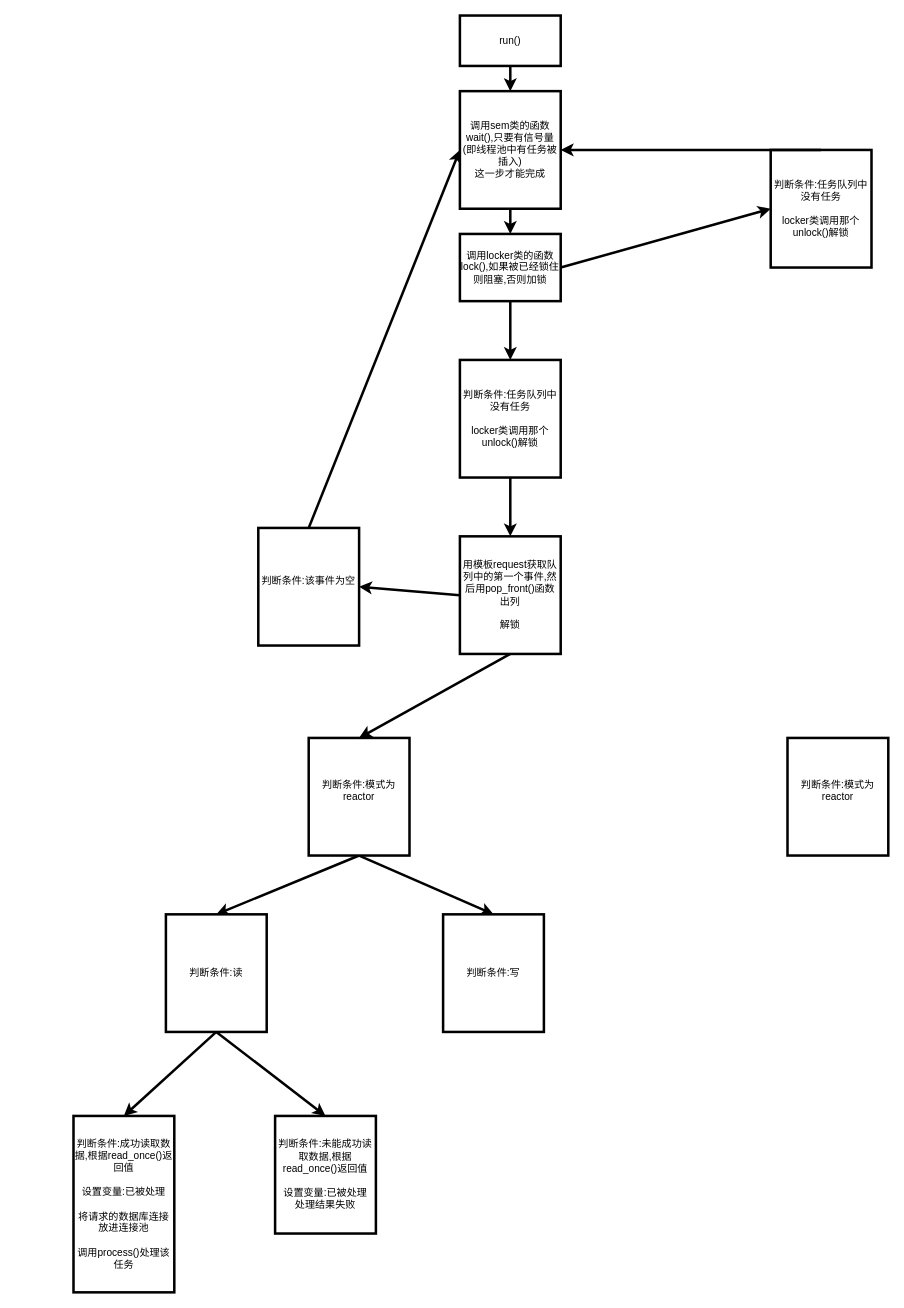
Canwaiting/WebServer keeps this draw.io diagram as note/run.drawio. Above is the earlier version. Source tidied: cells renumbered, new cells numbered last; positions are measured from the earlier drawing's top-left corner, leaving out a move shared by most shapes. Both pictures are drawn from the tidied source at 84%, with x=0, y=0 at pixel (73, 15).
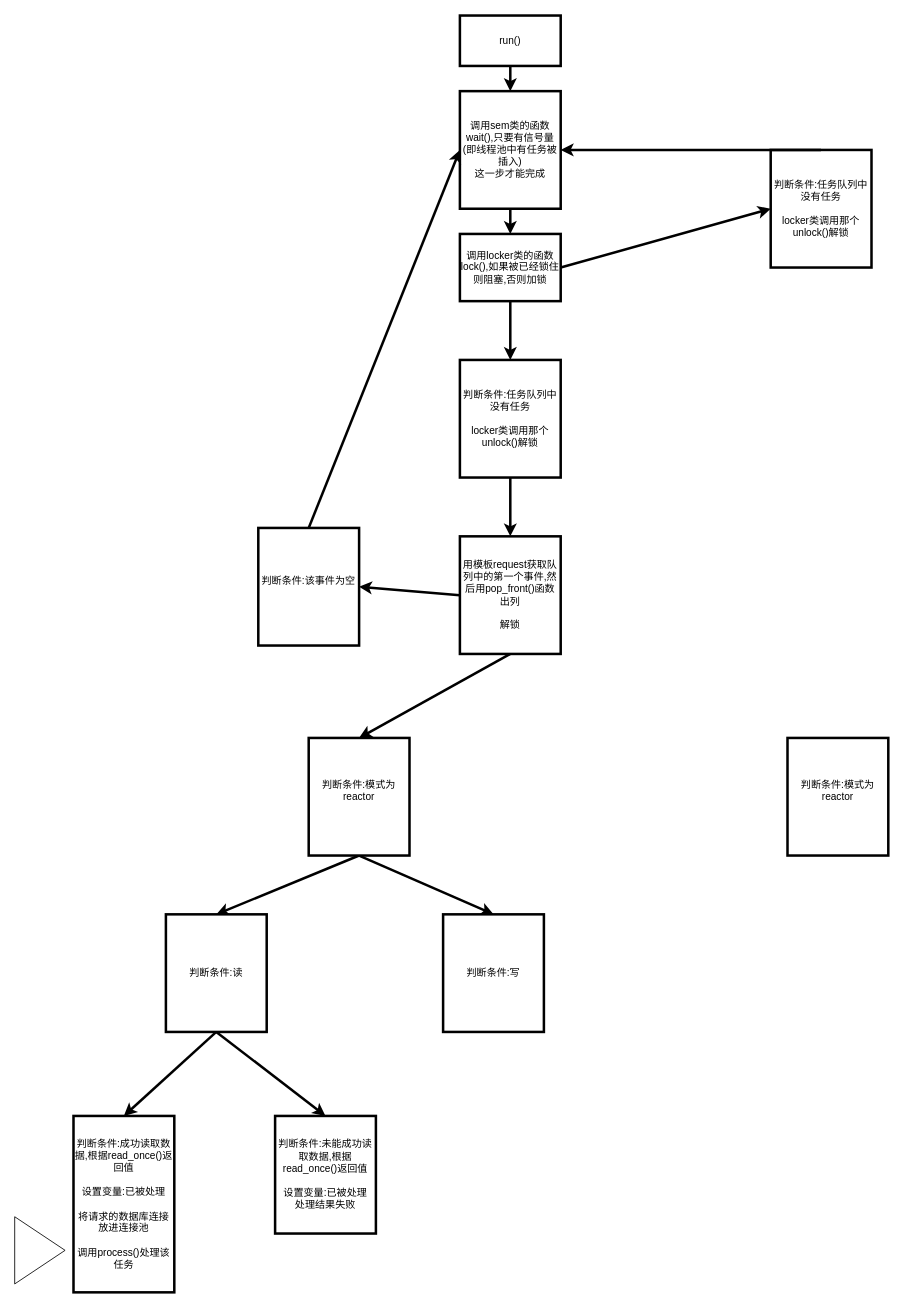
Above is the later version.

Diff of the diagram source:
```diff
@@
+    <mxCell id="28" style="triangle;whiteSpace=wrap;html=1;" parent="1" vertex="1">
+      <mxGeometry x="-70" y="1430" width="60" height="80" as="geometry" />
+    </mxCell>
```
